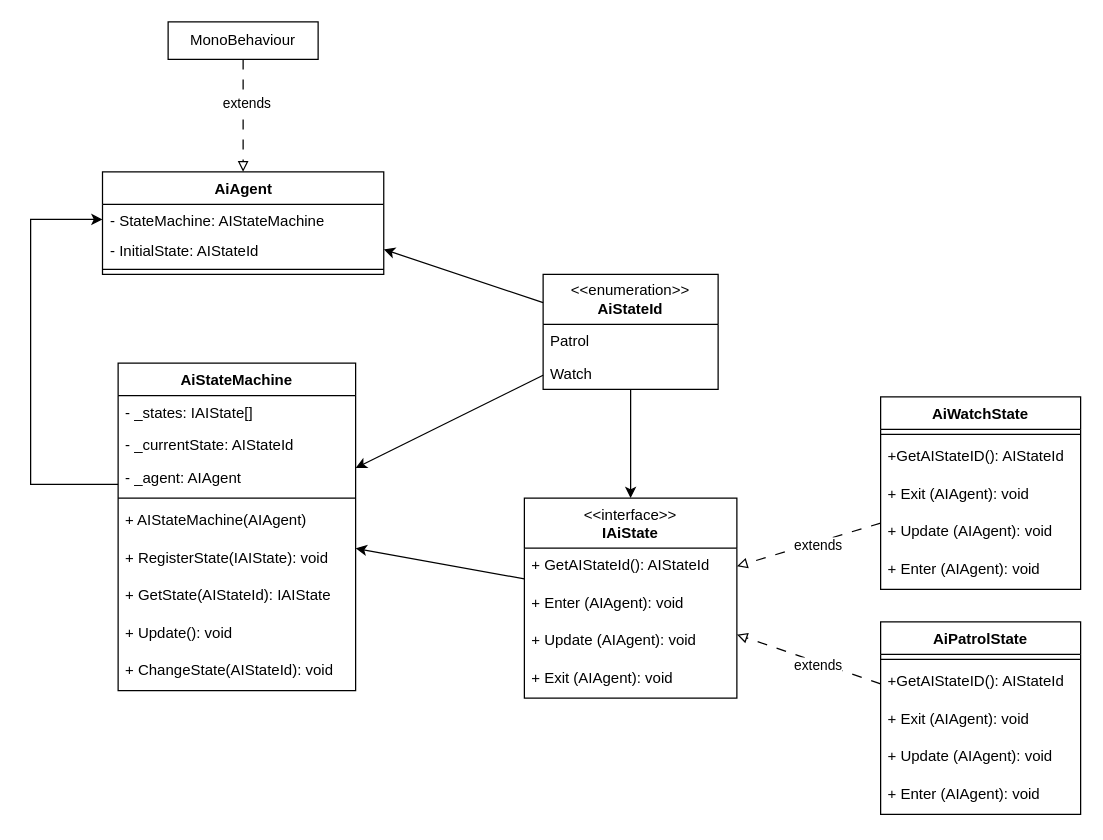
The draw.io diagram AI StateMachine-ClassDiagram.drawio in dana-jadzia/SGD213_Task-2-Wiki, before the edit. Source tidied: cells renumbered, new cells numbered last; positions are measured from the earlier drawing's top-left corner, leaving out a move shared by most shapes. Both pictures are drawn from the tidied source at 125%, with x=0, y=0 at pixel (30, 21).
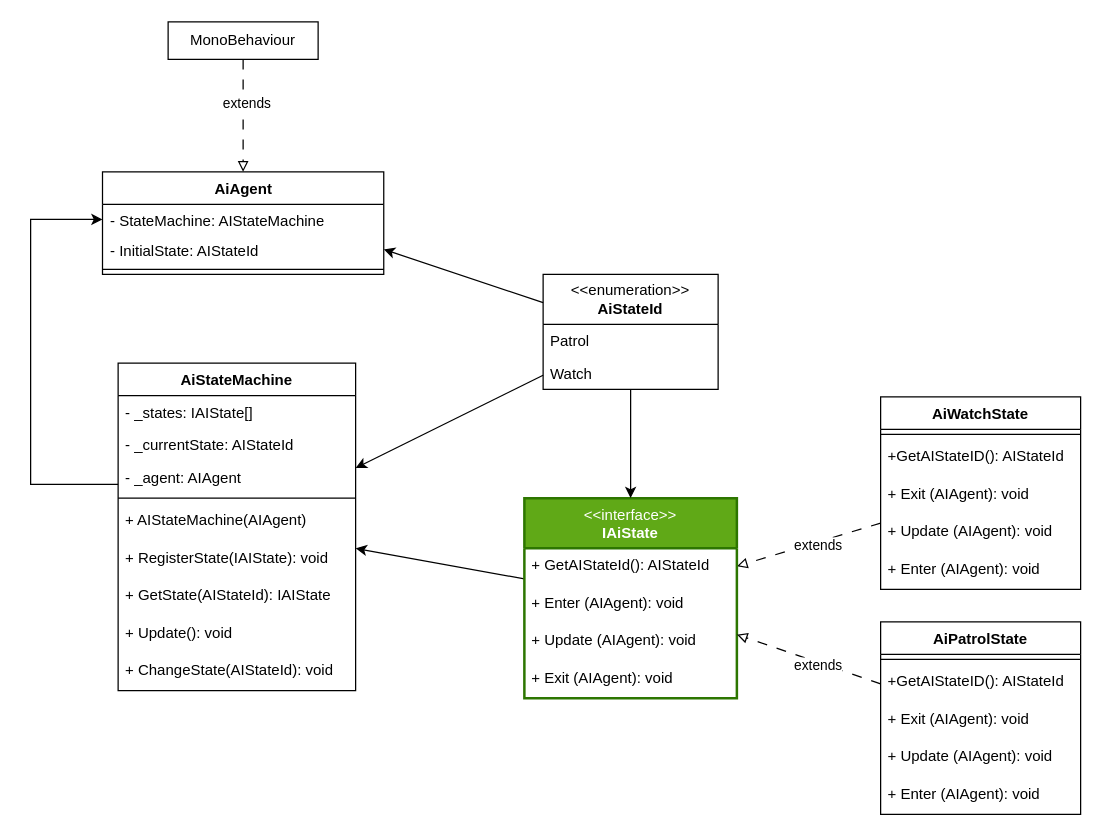
The same diagram, later.

What changed in the source:
```diff
@@
-    <mxCell id="34" value="&lt;div&gt;&lt;span style=&quot;font-weight: normal;&quot;&gt;&amp;lt;&amp;lt;interface&amp;gt;&amp;gt;&lt;/span&gt;&lt;/div&gt;&lt;div&gt;IAiState&lt;/div&gt;" style="swimlane;fontStyle=1;align=center;verticalAlign=top;horizontal=1;startSize=40;whiteSpace=wrap;html=1;direction=east;" parent="1" vertex="1">
+    <mxCell id="34" value="&lt;div&gt;&lt;span style=&quot;font-weight: normal;&quot;&gt;&amp;lt;&amp;lt;interface&amp;gt;&amp;gt;&lt;/span&gt;&lt;/div&gt;&lt;div&gt;IAiState&lt;/div&gt;" style="swimlane;fontStyle=1;align=center;verticalAlign=top;horizontal=1;startSize=40;whiteSpace=wrap;html=1;direction=east;fillColor=#60a917;strokeColor=#2D7600;fontColor=#ffffff;strokeWidth=2;" parent="1" vertex="1">
       <mxGeometry x="395" y="381" width="170" height="160" as="geometry" />
     </mxCell>
```
